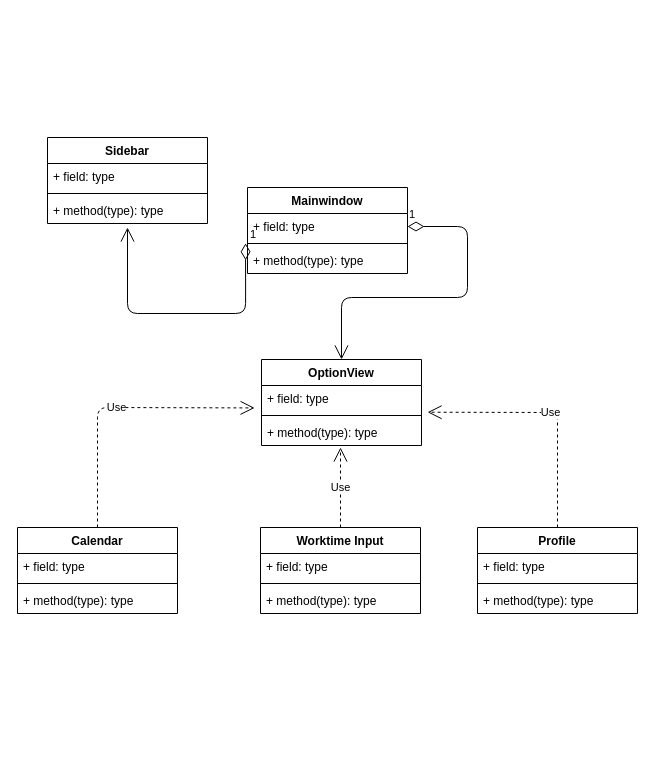
Before: Documentation/Models/ui class diagram.drawio in MY-CLE/Time-Management, a draw.io diagram. Source tidied: cells renumbered, new cells numbered last; positions are measured from the earlier drawing's top-left corner, leaving out a move shared by most shapes. Both pictures are drawn from the tidied source at 100%, with x=0, y=0 at pixel (17, 137).
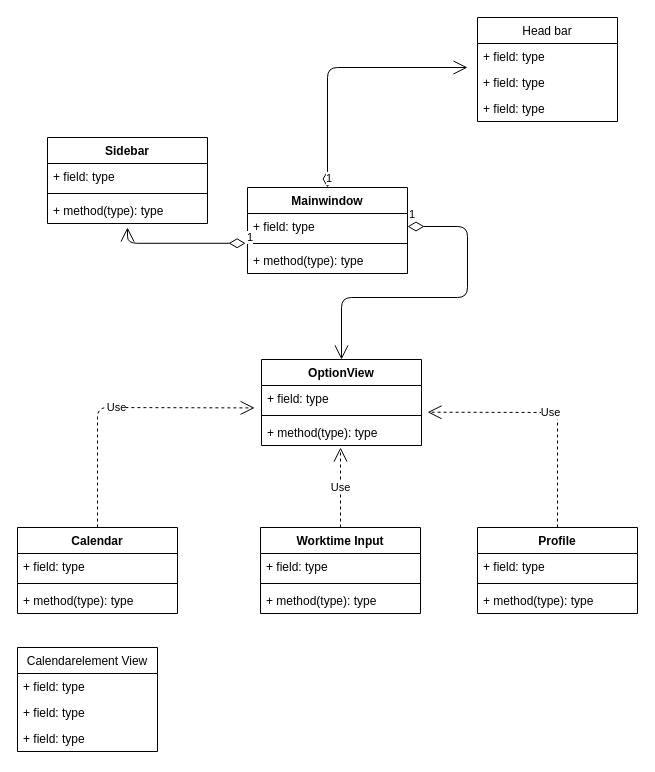
After the change.

Commit message:
Added Header bar

The change refers to these unchanged cells:
```xml
<mxCell id="2" value="Mainwindow" style="swimlane;fontStyle=1;align=center;verticalAlign=top;horizontal=1;startSize=26;" parent="1" vertex="1">
  <mxGeometry x="230" y="50" width="160" height="86" as="geometry" />
</mxCell>
<mxCell id="5" value="+ method(type): type" style="text;strokeColor=none;fillColor=none;align=left;verticalAlign=top;spacingLeft=4;spacingRight=4;overflow=hidden;points=[[0,0.5],[1,0.5]];portConstraint=eastwest;" parent="2" vertex="1">
  <mxGeometry y="60" width="160" height="26" as="geometry" />
</mxCell>
```

Change to the diagram source:
```diff
@@
     <mxCell id="10" value="1" style="endArrow=open;html=1;endSize=12;startArrow=diamondThin;startSize=14;startFill=0;edgeStyle=orthogonalEdgeStyle;align=left;verticalAlign=bottom;exitX=-0.012;exitY=-0.163;exitDx=0;exitDy=0;exitPerimeter=0;" parent="1" edge="1" source="5">
       <mxGeometry x="-1" y="3" relative="1" as="geometry">
         <mxPoint x="110" y="90" as="targetPoint" />
         <Array as="points">
-          <mxPoint x="110" y="176" />
+          <mxPoint x="110" y="106" />
         </Array>
       </mxGeometry>
     </mxCell>
@@
+    <mxCell id="31" value="Calendarelement View" style="swimlane;fontStyle=0;horizontal=1;startSize=26;fillColor=none;" parent="1" vertex="1">
+      <mxGeometry y="510" width="140" height="104" as="geometry" />
+    </mxCell>
+    <mxCell id="32" value="+ field: type" style="text;strokeColor=none;fillColor=none;align=left;verticalAlign=top;spacingLeft=4;spacingRight=4;overflow=hidden;" parent="31" vertex="1">
+      <mxGeometry y="26" width="140" height="26" as="geometry" />
+    </mxCell>
+    <mxCell id="33" value="+ field: type" style="text;strokeColor=none;fillColor=none;align=left;verticalAlign=top;spacingLeft=4;spacingRight=4;overflow=hidden;" parent="31" vertex="1">
+      <mxGeometry y="52" width="140" height="26" as="geometry" />
+    </mxCell>
+    <mxCell id="34" value="+ field: type" style="text;strokeColor=none;fillColor=none;align=left;verticalAlign=top;spacingLeft=4;spacingRight=4;overflow=hidden;" parent="31" vertex="1">
+      <mxGeometry y="78" width="140" height="26" as="geometry" />
+    </mxCell>
+    <mxCell id="35" value="Head bar" style="swimlane;fontStyle=0;horizontal=1;startSize=26;fillColor=none;" parent="1" vertex="1">
+      <mxGeometry x="460" y="-120" width="140" height="104" as="geometry" />
+    </mxCell>
+    <mxCell id="36" value="+ field: type" style="text;strokeColor=none;fillColor=none;align=left;verticalAlign=top;spacingLeft=4;spacingRight=4;overflow=hidden;" parent="35" vertex="1">
+      <mxGeometry y="26" width="140" height="26" as="geometry" />
+    </mxCell>
+    <mxCell id="37" value="+ field: type" style="text;strokeColor=none;fillColor=none;align=left;verticalAlign=top;spacingLeft=4;spacingRight=4;overflow=hidden;" parent="35" vertex="1">
+      <mxGeometry y="52" width="140" height="26" as="geometry" />
+    </mxCell>
+    <mxCell id="38" value="+ field: type" style="text;strokeColor=none;fillColor=none;align=left;verticalAlign=top;spacingLeft=4;spacingRight=4;overflow=hidden;" parent="35" vertex="1">
+      <mxGeometry y="78" width="140" height="26" as="geometry" />
+    </mxCell>
+    <mxCell id="39" value="1" style="endArrow=open;html=1;endSize=12;startArrow=diamondThin;startSize=14;startFill=0;edgeStyle=orthogonalEdgeStyle;align=left;verticalAlign=bottom;exitX=0.5;exitY=0;exitDx=0;exitDy=0;" parent="1" edge="1" source="2">
+      <mxGeometry x="-1" y="3" relative="1" as="geometry">
+        <mxPoint x="450" y="-70" as="targetPoint" />
+        <Array as="points">
+          <mxPoint x="310" y="-70" />
+        </Array>
+      </mxGeometry>
+    </mxCell>
```
